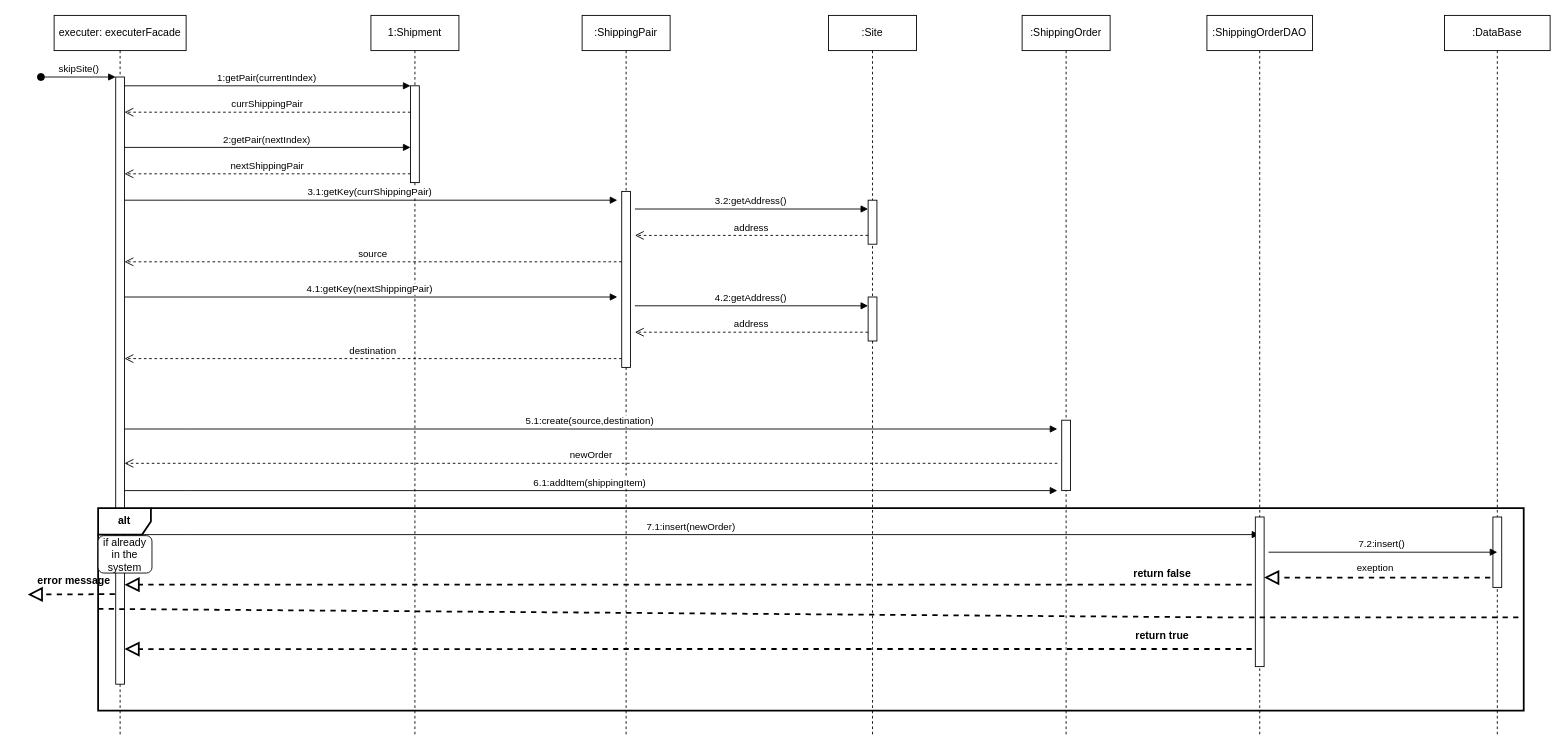
This is C3- assign Driver.drawio from omerad1/drw, a draw.io file, before an edit. Source tidied: cells renumbered, new cells numbered last; positions are measured from the earlier drawing's top-left corner, leaving out a move shared by most shapes. Both pictures are drawn from the tidied source at 88%, with x=0, y=0 at pixel (27, 15).
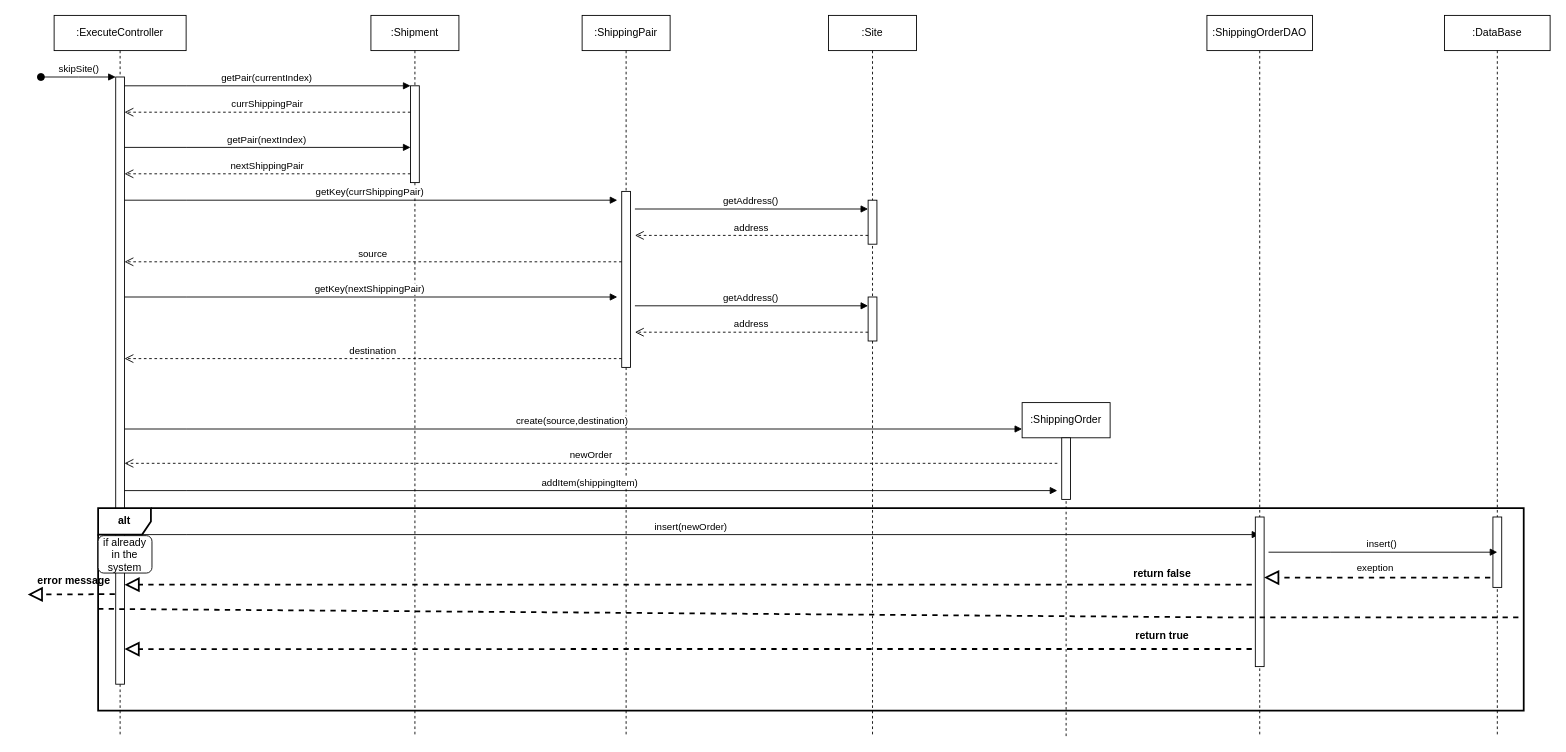
The same page after the edit.

Unchanged cells that the change refers to:
```xml
<mxCell id="3" style="html=1;points=[];perimeter=orthogonalPerimeter;outlineConnect=0;targetShapes=umlLifeline;portConstraint=eastwest;newEdgeStyle={&quot;edgeStyle&quot;:&quot;elbowEdgeStyle&quot;,&quot;elbow&quot;:&quot;vertical&quot;,&quot;curved&quot;:0,&quot;rounded&quot;:0};" parent="2" vertex="1">
  <mxGeometry x="70" y="70" width="10" height="690" as="geometry" />
</mxCell>
<mxCell id="6" style="html=1;points=[];perimeter=orthogonalPerimeter;outlineConnect=0;targetShapes=umlLifeline;portConstraint=eastwest;newEdgeStyle={&quot;edgeStyle&quot;:&quot;elbowEdgeStyle&quot;,&quot;elbow&quot;:&quot;vertical&quot;,&quot;curved&quot;:0,&quot;rounded&quot;:0};" parent="5" vertex="1">
  <mxGeometry x="45" y="80" width="10" height="110" as="geometry" />
</mxCell>
<mxCell id="16" style="html=1;points=[];perimeter=orthogonalPerimeter;outlineConnect=0;targetShapes=umlLifeline;portConstraint=eastwest;newEdgeStyle={&quot;edgeStyle&quot;:&quot;elbowEdgeStyle&quot;,&quot;elbow&quot;:&quot;vertical&quot;,&quot;curved&quot;:0,&quot;rounded&quot;:0};" parent="15" vertex="1">
  <mxGeometry x="45" y="210" width="10" height="50" as="geometry" />
</mxCell>
<mxCell id="21" style="html=1;points=[];perimeter=orthogonalPerimeter;outlineConnect=0;targetShapes=umlLifeline;portConstraint=eastwest;newEdgeStyle={&quot;edgeStyle&quot;:&quot;elbowEdgeStyle&quot;,&quot;elbow&quot;:&quot;vertical&quot;,&quot;curved&quot;:0,&quot;rounded&quot;:0};" parent="1" vertex="1">
  <mxGeometry x="955" y="320" width="10" height="50" as="geometry" />
</mxCell>
<mxCell id="30" value=":ShippingOrderDAO" style="shape=umlLifeline;perimeter=lifelinePerimeter;whiteSpace=wrap;html=1;outlineConnect=0;portConstraint=eastwest;newEdgeStyle={&quot;edgeStyle&quot;:&quot;elbowEdgeStyle&quot;,&quot;elbow&quot;:&quot;vertical&quot;,&quot;curved&quot;:0,&quot;rounded&quot;:0};" parent="1" vertex="1">
  <mxGeometry x="1340" width="120" height="820" as="geometry" />
</mxCell>
```

Change to the diagram source:
```diff
@@
-    <mxCell id="2" value="executer: executerFacade" style="shape=umlLifeline;perimeter=lifelinePerimeter;whiteSpace=wrap;html=1;newEdgeStyle={&quot;edgeStyle&quot;:&quot;elbowEdgeStyle&quot;,&quot;elbow&quot;:&quot;vertical&quot;,&quot;curved&quot;:0,&quot;rounded&quot;:0};" parent="1" vertex="1">
+    <mxCell id="2" value=":ExecuteController" style="shape=umlLifeline;perimeter=lifelinePerimeter;whiteSpace=wrap;html=1;newEdgeStyle={&quot;edgeStyle&quot;:&quot;elbowEdgeStyle&quot;,&quot;elbow&quot;:&quot;vertical&quot;,&quot;curved&quot;:0,&quot;rounded&quot;:0};" parent="1" vertex="1">
       <mxGeometry x="30" width="150" height="820" as="geometry" />
     </mxCell>
@@
-    <mxCell id="5" value="1:Shipment" style="shape=umlLifeline;perimeter=lifelinePerimeter;whiteSpace=wrap;html=1;newEdgeStyle={&quot;edgeStyle&quot;:&quot;elbowEdgeStyle&quot;,&quot;elbow&quot;:&quot;vertical&quot;,&quot;curved&quot;:0,&quot;rounded&quot;:0};" parent="1" vertex="1">
+    <mxCell id="5" value=":Shipment" style="shape=umlLifeline;perimeter=lifelinePerimeter;whiteSpace=wrap;html=1;newEdgeStyle={&quot;edgeStyle&quot;:&quot;elbowEdgeStyle&quot;,&quot;elbow&quot;:&quot;vertical&quot;,&quot;curved&quot;:0,&quot;rounded&quot;:0};" parent="1" vertex="1">
       <mxGeometry x="390" width="100" height="820" as="geometry" />
     </mxCell>
@@
-    <mxCell id="7" value="1:getPair(currentIndex)&amp;nbsp;" style="html=1;verticalAlign=bottom;endArrow=block;edgeStyle=elbowEdgeStyle;elbow=vertical;curved=0;rounded=0;" parent="1" edge="1" source="3" target="6">
+    <mxCell id="7" value="getPair(currentIndex)&amp;nbsp;" style="html=1;verticalAlign=bottom;endArrow=block;edgeStyle=elbowEdgeStyle;elbow=vertical;curved=0;rounded=0;" parent="1" edge="1" source="3" target="6">
       <mxGeometry relative="1" as="geometry">
         <Array as="points">
           <mxPoint x="180" y="80" />
         </Array>
       </mxGeometry>
     </mxCell>
@@
-    <mxCell id="9" value="2:getPair(nextIndex)&amp;nbsp;" style="html=1;verticalAlign=bottom;endArrow=block;edgeStyle=elbowEdgeStyle;elbow=vertical;curved=0;rounded=0;" parent="1" edge="1">
+    <mxCell id="9" value="getPair(nextIndex)&amp;nbsp;" style="html=1;verticalAlign=bottom;endArrow=block;edgeStyle=elbowEdgeStyle;elbow=vertical;curved=0;rounded=0;" parent="1" edge="1">
       <mxGeometry relative="1" as="geometry">
         <mxPoint x="110" y="150" as="sourcePoint" />
         <mxPoint x="435" y="150" as="targetPoint" />
         <Array as="points">
           <mxPoint x="180" y="150" />
         </Array>
       </mxGeometry>
     </mxCell>
@@
-    <mxCell id="13" value="3.1:getKey(currShippingPair)&amp;nbsp;" style="html=1;verticalAlign=bottom;endArrow=block;edgeStyle=elbowEdgeStyle;elbow=vertical;curved=0;rounded=0;" parent="1" edge="1">
+    <mxCell id="13" value="getKey(currShippingPair)&amp;nbsp;" style="html=1;verticalAlign=bottom;endArrow=block;edgeStyle=elbowEdgeStyle;elbow=vertical;curved=0;rounded=0;" parent="1" edge="1">
       <mxGeometry relative="1" as="geometry">
         <mxPoint x="110" y="210" as="sourcePoint" />
         <mxPoint x="670" y="210" as="targetPoint" />
         <Array as="points">
           <mxPoint x="180" y="210" />
         </Array>
       </mxGeometry>
     </mxCell>
-    <mxCell id="14" value="3.2:getAddress()&amp;nbsp;" style="html=1;verticalAlign=bottom;endArrow=block;edgeStyle=elbowEdgeStyle;elbow=vertical;curved=0;rounded=0;" parent="1" edge="1" target="16">
+    <mxCell id="14" value="getAddress()&amp;nbsp;" style="html=1;verticalAlign=bottom;endArrow=block;edgeStyle=elbowEdgeStyle;elbow=vertical;curved=0;rounded=0;" parent="1" edge="1" target="16">
       <mxGeometry relative="1" as="geometry">
         <mxPoint x="690" y="220" as="sourcePoint" />
         <Array as="points">
           <mxPoint x="790" y="220" />
           <mxPoint x="690" y="210" />
           <mxPoint x="710" y="210" />
           <mxPoint x="870" y="340" />
         </Array>
       </mxGeometry>
     </mxCell>
@@
-    <mxCell id="19" value="4.1:getKey(nextShippingPair)&amp;nbsp;" style="html=1;verticalAlign=bottom;endArrow=block;edgeStyle=elbowEdgeStyle;elbow=vertical;curved=0;rounded=0;" parent="1" edge="1">
+    <mxCell id="19" value="getKey(nextShippingPair)&amp;nbsp;" style="html=1;verticalAlign=bottom;endArrow=block;edgeStyle=elbowEdgeStyle;elbow=vertical;curved=0;rounded=0;" parent="1" edge="1">
       <mxGeometry relative="1" as="geometry">
         <mxPoint x="110" y="320" as="sourcePoint" />
         <mxPoint x="670" y="320" as="targetPoint" />
         <Array as="points">
           <mxPoint x="180" y="320" />
         </Array>
       </mxGeometry>
     </mxCell>
-    <mxCell id="20" value="4.2:getAddress()&amp;nbsp;" style="html=1;verticalAlign=bottom;endArrow=block;edgeStyle=elbowEdgeStyle;elbow=vertical;curved=0;rounded=0;" parent="1" edge="1" target="21">
+    <mxCell id="20" value="getAddress()&amp;nbsp;" style="html=1;verticalAlign=bottom;endArrow=block;edgeStyle=elbowEdgeStyle;elbow=vertical;curved=0;rounded=0;" parent="1" edge="1" target="21">
       <mxGeometry relative="1" as="geometry">
         <mxPoint x="690" y="330" as="sourcePoint" />
         <Array as="points">
           <mxPoint x="790" y="330" />
           <mxPoint x="690" y="320" />
           <mxPoint x="710" y="320" />
           <mxPoint x="870" y="450" />
         </Array>
       </mxGeometry>
     </mxCell>
@@
-    <mxCell id="24" value=":ShippingOrder" style="shape=umlLifeline;perimeter=lifelinePerimeter;whiteSpace=wrap;html=1;newEdgeStyle={&quot;edgeStyle&quot;:&quot;elbowEdgeStyle&quot;,&quot;elbow&quot;:&quot;vertical&quot;,&quot;curved&quot;:0,&quot;rounded&quot;:0};" parent="1" vertex="1">
-      <mxGeometry x="1130" width="100" height="820" as="geometry" />
+    <mxCell id="24" value=":ShippingOrder" style="shape=umlLifeline;perimeter=lifelinePerimeter;whiteSpace=wrap;html=1;newEdgeStyle={&quot;edgeStyle&quot;:&quot;elbowEdgeStyle&quot;,&quot;elbow&quot;:&quot;vertical&quot;,&quot;curved&quot;:0,&quot;rounded&quot;:0};size=40;" parent="1" vertex="1">
+      <mxGeometry x="1130" y="440" width="100" height="380" as="geometry" />
     </mxCell>
-    <mxCell id="25" style="html=1;perimeter=orthogonalPerimeter;targetShapes=umlLifeline;newEdgeStyle={&quot;edgeStyle&quot;:&quot;elbowEdgeStyle&quot;,&quot;elbow&quot;:&quot;vertical&quot;,&quot;curved&quot;:0,&quot;rounded&quot;:0};" parent="24" vertex="1">
-      <mxGeometry x="45" y="460" width="10" height="80" as="geometry" />
-    </mxCell>
+    <mxCell id="47" style="html=1;perimeter=orthogonalPerimeter;targetShapes=umlLifeline;newEdgeStyle={&quot;edgeStyle&quot;:&quot;elbowEdgeStyle&quot;,&quot;elbow&quot;:&quot;vertical&quot;,&quot;curved&quot;:0,&quot;rounded&quot;:0};" parent="24" vertex="1">
+      <mxGeometry x="45" y="40" width="10" height="70" as="geometry" />
+    </mxCell>
-    <mxCell id="26" value="5.1:create(source,destination)&amp;nbsp;" style="html=1;verticalAlign=bottom;endArrow=block;edgeStyle=elbowEdgeStyle;elbow=vertical;curved=0;rounded=0;" parent="1" edge="1">
+    <mxCell id="26" value="create(source,destination)&amp;nbsp;" style="html=1;verticalAlign=bottom;endArrow=block;edgeStyle=elbowEdgeStyle;elbow=vertical;curved=0;rounded=0;" parent="1" edge="1">
       <mxGeometry relative="1" as="geometry">
         <mxPoint x="110" y="470" as="sourcePoint" />
-        <mxPoint x="1170" y="470" as="targetPoint" />
+        <mxPoint x="1130" y="470" as="targetPoint" />
         <Array as="points">
           <mxPoint x="180" y="470" />
         </Array>
       </mxGeometry>
     </mxCell>
-    <mxCell id="27" value="6.1:addItem(shippingItem)&amp;nbsp;" style="html=1;verticalAlign=bottom;endArrow=block;edgeStyle=elbowEdgeStyle;elbow=vertical;curved=0;rounded=0;" parent="1" edge="1">
+    <mxCell id="27" value="addItem(shippingItem)&amp;nbsp;" style="html=1;verticalAlign=bottom;endArrow=block;edgeStyle=elbowEdgeStyle;elbow=vertical;curved=0;rounded=0;" parent="1" edge="1">
       <mxGeometry relative="1" as="geometry">
         <mxPoint x="110" y="540" as="sourcePoint" />
         <mxPoint x="1170" y="540" as="targetPoint" />
         <Array as="points">
           <mxPoint x="180" y="540" />
         </Array>
       </mxGeometry>
     </mxCell>
@@
-    <mxCell id="29" value="7.1:insert(newOrder)&amp;nbsp;" style="html=1;verticalAlign=bottom;endArrow=block;edgeStyle=elbowEdgeStyle;elbow=vertical;curved=0;rounded=0;" parent="1" edge="1" target="30">
+    <mxCell id="29" value="insert(newOrder)&amp;nbsp;" style="html=1;verticalAlign=bottom;endArrow=block;edgeStyle=elbowEdgeStyle;elbow=vertical;curved=0;rounded=0;" parent="1" edge="1" target="30">
       <mxGeometry relative="1" as="geometry">
         <mxPoint x="110" y="590" as="sourcePoint" />
         <Array as="points">
           <mxPoint x="180" y="590" />
         </Array>
       </mxGeometry>
     </mxCell>
@@
-    <mxCell id="34" value="7.2:insert()&amp;nbsp;" style="html=1;verticalAlign=bottom;endArrow=block;edgeStyle=elbowEdgeStyle;elbow=vertical;curved=0;rounded=0;" parent="1" edge="1">
+    <mxCell id="34" value="insert()&amp;nbsp;" style="html=1;verticalAlign=bottom;endArrow=block;edgeStyle=elbowEdgeStyle;elbow=vertical;curved=0;rounded=0;" parent="1" edge="1">
       <mxGeometry relative="1" as="geometry">
         <mxPoint x="1410" y="610" as="sourcePoint" />
         <mxPoint x="1670" y="610" as="targetPoint" />
         <Array as="points">
           <mxPoint x="1480" y="610" />
         </Array>
       </mxGeometry>
     </mxCell>
```
